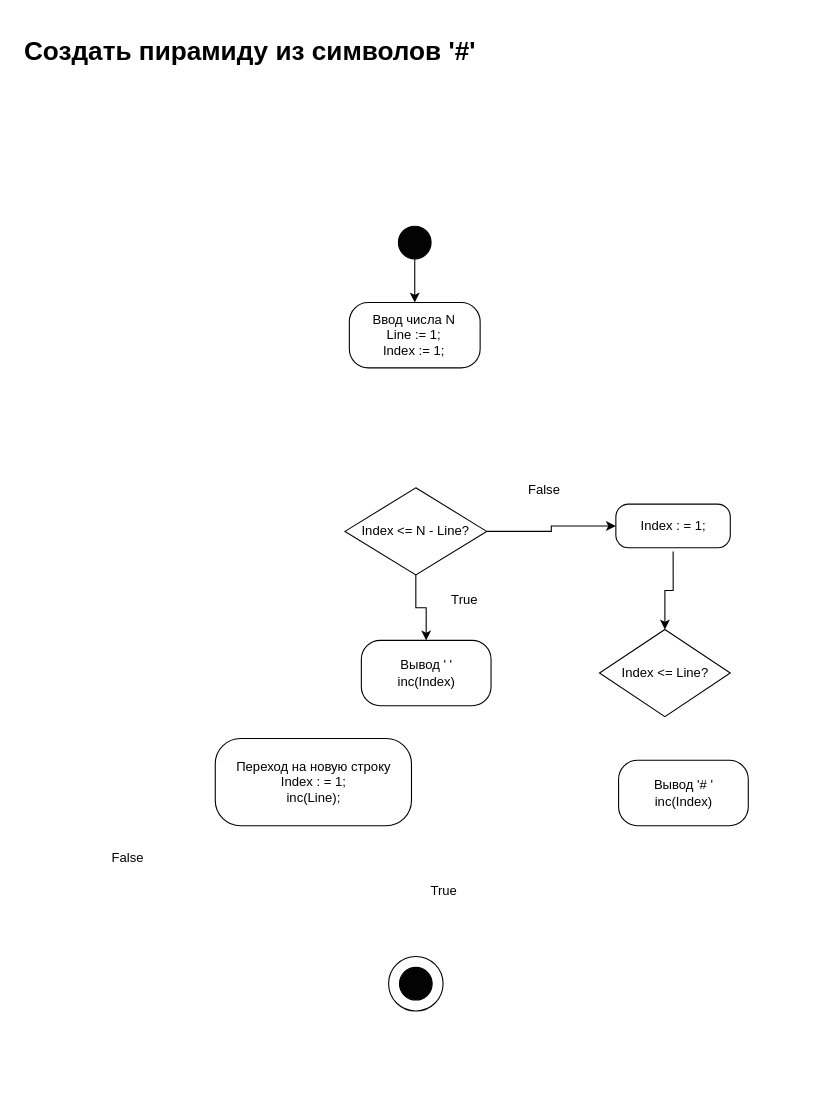
Before: 1/Task1_Solution.drawio in frozzen256/BPA18-01, a draw.io diagram. Source tidied: cells renumbered, new cells numbered last; positions are measured from the earlier drawing's top-left corner, leaving out a move shared by most shapes. Both pictures are drawn from the tidied source at 109%, with x=0, y=0 at pixel (19, 29).
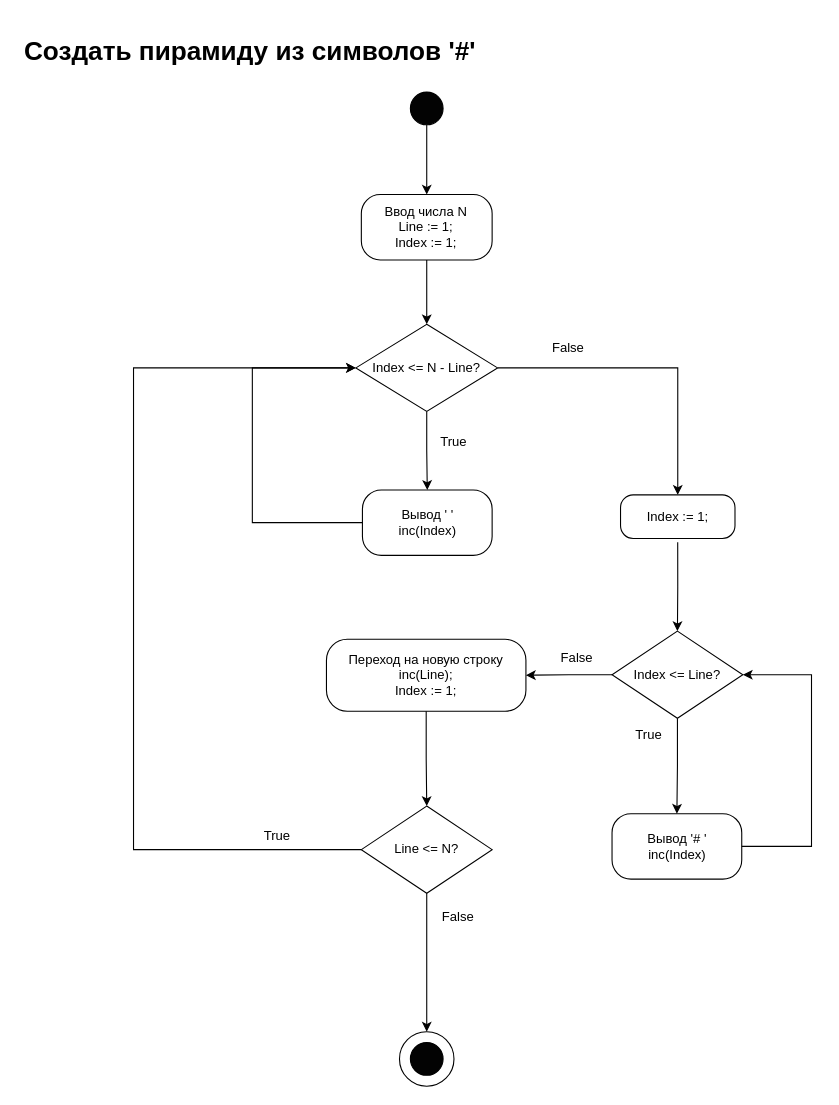
The same diagram, later.

Commit message:
Закончила и исправила схему.

The change refers to these unchanged cells:
```xml
<mxCell id="8" style="rounded=1;whiteSpace=wrap;html=1;fillColor=#FFFFFF;arcSize=29;strokeColor=#000000;" parent="7" vertex="1">
  <mxGeometry width="119" height="60" as="geometry" />
</mxCell>
<mxCell id="23" style="rounded=1;whiteSpace=wrap;html=1;fillColor=#FFFFFF;arcSize=29;strokeColor=#000000;" parent="22" vertex="1">
  <mxGeometry width="119" height="60" as="geometry" />
</mxCell>
<mxCell id="26" style="rhombus;whiteSpace=wrap;html=1;strokeColor=#000000;fillColor=#FFFFFF;" parent="25" vertex="1">
  <mxGeometry width="120" height="80" as="geometry" />
</mxCell>
<mxCell id="27" value="Index &amp;lt;= Line?" style="text;html=1;strokeColor=none;fillColor=none;align=center;verticalAlign=middle;whiteSpace=wrap;rounded=0;" parent="25" vertex="1">
  <mxGeometry y="10" width="120" height="60" as="geometry" />
</mxCell>
```

Change to the diagram source:
```diff
@@
-    <mxCell id="4" style="ellipse;whiteSpace=wrap;html=1;fillColor=#030303;" parent="1" vertex="1">
-      <mxGeometry x="348" y="180" width="30" height="30" as="geometry" />
+    <mxCell id="4" style="ellipse;whiteSpace=wrap;html=1;fillColor=#030303;shadow=0;" parent="1" vertex="1">
+      <mxGeometry x="359" y="57" width="30" height="30" as="geometry" />
     </mxCell>
+    <mxCell id="31" style="edgeStyle=orthogonalEdgeStyle;rounded=0;jettySize=auto;html=1;exitX=0.5;exitY=1;exitDx=0;exitDy=0;entryX=0.5;entryY=0;entryDx=0;entryDy=0;" parent="1" edge="1" source="5" target="12">
+      <mxGeometry relative="1" as="geometry" />
+    </mxCell>
     <mxCell id="5" style="rounded=1;whiteSpace=wrap;html=1;fillColor=#FFFFFF;arcSize=29;strokeColor=#000000;" parent="1" vertex="1">
-      <mxGeometry x="303" y="250" width="120" height="60" as="geometry" />
+      <mxGeometry x="314" y="151" width="120" height="60" as="geometry" />
     </mxCell>
     <mxCell id="6" value="Ввод числа N&lt;br&gt;Line := 1;&lt;br&gt;Index := 1;" style="text;html=1;strokeColor=none;fillColor=none;align=center;verticalAlign=middle;whiteSpace=wrap;rounded=0;" parent="1" vertex="1">
-      <mxGeometry x="321" y="265" width="83" height="30" as="geometry" />
+      <mxGeometry x="332" y="166" width="83" height="30" as="geometry" />
     </mxCell>
     <mxCell id="7" style="group;" parent="1" vertex="1">
-      <mxGeometry x="314" y="560" width="119" height="60" as="geometry" />
+      <mxGeometry x="315" y="422" width="119" height="60" as="geometry" />
     </mxCell>
@@
     <mxCell id="12" style="rhombus;whiteSpace=wrap;html=1;strokeColor=#000000;fillColor=#FFFFFF;" parent="1" vertex="1">
-      <mxGeometry x="299" y="420" width="130" height="80" as="geometry" />
+      <mxGeometry x="309" y="270" width="130" height="80" as="geometry" />
     </mxCell>
     <mxCell id="13" value="Index &amp;lt;= N - Line?" style="text;html=1;strokeColor=none;fillColor=none;align=center;verticalAlign=middle;whiteSpace=wrap;rounded=0;" parent="1" vertex="1">
-      <mxGeometry x="285" y="450" width="158" height="20" as="geometry" />
+      <mxGeometry x="321" y="300" width="106" height="20" as="geometry" />
     </mxCell>
-    <mxCell id="14" style="rounded=1;whiteSpace=wrap;html=1;fillColor=#FFFFFF;arcSize=29;strokeColor=#000000;" parent="1" vertex="1">
-      <mxGeometry x="180" y="650" width="180" height="80" as="geometry" />
-    </mxCell>
-    <mxCell id="15" value="Переход на новую строку&lt;br&gt;Index : = 1;&lt;br&gt;inc(Line);" style="text;html=1;strokeColor=none;fillColor=none;align=center;verticalAlign=middle;whiteSpace=wrap;rounded=0;" parent="1" vertex="1">
-      <mxGeometry x="197.5" y="665" width="145" height="50" as="geometry" />
-    </mxCell>
     <mxCell id="16" value="True" style="text;html=1;strokeColor=none;fillColor=none;align=center;verticalAlign=middle;whiteSpace=wrap;rounded=0;" parent="1" vertex="1">
-      <mxGeometry x="370" y="780" width="40" height="20" as="geometry" />
+      <mxGeometry x="217" y="730" width="40" height="20" as="geometry" />
     </mxCell>
     <mxCell id="17" value="False" style="text;html=1;strokeColor=none;fillColor=none;align=center;verticalAlign=middle;whiteSpace=wrap;rounded=0;" parent="1" vertex="1">
-      <mxGeometry x="80" y="750" width="40" height="20" as="geometry" />
+      <mxGeometry x="383" y="804" width="40" height="20" as="geometry" />
     </mxCell>
     <mxCell id="18" value="True" style="text;html=1;strokeColor=none;fillColor=none;align=center;verticalAlign=middle;whiteSpace=wrap;rounded=0;" parent="1" vertex="1">
-      <mxGeometry x="389" y="513" width="40" height="20" as="geometry" />
+      <mxGeometry x="379" y="368" width="40" height="20" as="geometry" />
     </mxCell>
     <mxCell id="19" value="False" style="text;html=1;strokeColor=none;fillColor=none;align=center;verticalAlign=middle;whiteSpace=wrap;rounded=0;" parent="1" vertex="1">
-      <mxGeometry x="462" y="411.5" width="40" height="20" as="geometry" />
+      <mxGeometry x="484" y="282" width="40" height="20" as="geometry" />
     </mxCell>
     <mxCell id="20" style="ellipse;whiteSpace=wrap;html=1;fillColor=#030303;" parent="1" vertex="1">
-      <mxGeometry x="349" y="860" width="30" height="30" as="geometry" />
+      <mxGeometry x="359" y="929" width="30" height="30" as="geometry" />
     </mxCell>
     <mxCell id="21" style="ellipse;whiteSpace=wrap;html=1;fillColor=none;" parent="1" vertex="1">
-      <mxGeometry x="339" y="850" width="50" height="50" as="geometry" />
+      <mxGeometry x="349" y="919" width="50" height="50" as="geometry" />
     </mxCell>
     <mxCell id="22" style="group;" parent="1" vertex="1">
-      <mxGeometry x="550" y="670" width="119" height="60" as="geometry" />
+      <mxGeometry x="544" y="719" width="119" height="60" as="geometry" />
     </mxCell>
@@
     <mxCell id="25" style="group;" parent="1" vertex="1">
-      <mxGeometry x="532.5" y="550" width="120" height="80" as="geometry" />
+      <mxGeometry x="544" y="551.5" width="120" height="80" as="geometry" />
     </mxCell>
@@
     <mxCell id="28" style="rounded=1;whiteSpace=wrap;html=1;fillColor=#FFFFFF;arcSize=29;strokeColor=#000000;" parent="1" vertex="1">
-      <mxGeometry x="547.5" y="435" width="105" height="40" as="geometry" />
+      <mxGeometry x="551.8" y="426.5" width="105" height="40" as="geometry" />
     </mxCell>
@@
-    <mxCell id="30" value="Index : = 1;" style="text;html=1;strokeColor=none;fillColor=none;align=center;verticalAlign=middle;whiteSpace=wrap;rounded=0;" parent="1" vertex="1">
-      <mxGeometry x="536.8" y="431.5" width="126.5" height="47" as="geometry" />
+    <mxCell id="30" value="Index := 1;" style="text;html=1;strokeColor=none;fillColor=none;align=center;verticalAlign=middle;whiteSpace=wrap;rounded=0;" parent="1" vertex="1">
+      <mxGeometry x="541" y="423" width="126.5" height="47" as="geometry" />
     </mxCell>
+    <mxCell id="32" style="group;" parent="1" vertex="1">
+      <mxGeometry x="314" y="562" width="151" height="63" as="geometry" />
+    </mxCell>
+    <mxCell id="33" style="rounded=1;whiteSpace=wrap;html=1;fillColor=#FFFFFF;arcSize=29;strokeColor=#000000;" parent="32" vertex="1">
+      <mxGeometry x="-32" y="-3" width="183" height="66" as="geometry" />
+    </mxCell>
+    <mxCell id="34" value="Переход на новую строку&lt;br&gt;inc(Line);&lt;br&gt;Index := 1;" style="text;html=1;strokeColor=none;fillColor=none;align=center;verticalAlign=middle;whiteSpace=wrap;rounded=0;" parent="32" vertex="1">
+      <mxGeometry x="-19" y="15" width="157" height="30" as="geometry" />
+    </mxCell>
+    <mxCell id="35" style="group;" parent="1" vertex="1">
+      <mxGeometry x="314" y="712" width="120" height="80" as="geometry" />
+    </mxCell>
+    <mxCell id="36" style="rhombus;whiteSpace=wrap;html=1;strokeColor=#000000;fillColor=#FFFFFF;" parent="35" vertex="1">
+      <mxGeometry width="120" height="80" as="geometry" />
+    </mxCell>
+    <mxCell id="37" value="Line &amp;lt;= N?" style="text;html=1;strokeColor=none;fillColor=none;align=center;verticalAlign=middle;whiteSpace=wrap;rounded=0;" parent="35" vertex="1">
+      <mxGeometry x="20" y="25" width="80" height="30" as="geometry" />
+    </mxCell>
+    <mxCell id="38" style="edgeStyle=orthogonalEdgeStyle;rounded=0;jettySize=auto;html=1;exitX=0.5;exitY=1;exitDx=0;exitDy=0;entryX=0.5;entryY=0;entryDx=0;entryDy=0;" parent="1" edge="1" source="26" target="23">
+      <mxGeometry relative="1" as="geometry" />
+    </mxCell>
+    <mxCell id="39" style="edgeStyle=orthogonalEdgeStyle;rounded=0;jettySize=auto;html=1;exitX=1;exitY=0.5;exitDx=0;exitDy=0;entryX=1;entryY=0.5;entryDx=0;entryDy=0;" parent="1" edge="1" source="23" target="27">
+      <mxGeometry relative="1" as="geometry">
+        <Array as="points">
+          <mxPoint x="727" y="749" />
+          <mxPoint x="727" y="592" />
+        </Array>
+      </mxGeometry>
+    </mxCell>
+    <mxCell id="40" style="edgeStyle=orthogonalEdgeStyle;rounded=0;jettySize=auto;html=1;exitX=0;exitY=0.5;exitDx=0;exitDy=0;entryX=0;entryY=0.5;entryDx=0;entryDy=0;" parent="1" edge="1" source="8" target="12">
+      <mxGeometry relative="1" as="geometry">
+        <Array as="points">
+          <mxPoint x="214" y="452" />
+          <mxPoint x="214" y="310" />
+        </Array>
+      </mxGeometry>
+    </mxCell>
+    <mxCell id="41" style="edgeStyle=orthogonalEdgeStyle;rounded=0;jettySize=auto;html=1;exitX=0.5;exitY=1;exitDx=0;exitDy=0;entryX=0.5;entryY=0;entryDx=0;entryDy=0;" parent="1" edge="1" source="33" target="36">
+      <mxGeometry relative="1" as="geometry" />
+    </mxCell>
+    <mxCell id="42" style="edgeStyle=orthogonalEdgeStyle;rounded=0;jettySize=auto;html=1;exitX=0;exitY=0.5;exitDx=0;exitDy=0;entryX=0;entryY=0.5;entryDx=0;entryDy=0;" parent="1" edge="1" source="36" target="12">
+      <mxGeometry relative="1" as="geometry">
+        <Array as="points">
+          <mxPoint x="105" y="752" />
+          <mxPoint x="105" y="310" />
+        </Array>
+      </mxGeometry>
+    </mxCell>
+    <mxCell id="43" style="edgeStyle=orthogonalEdgeStyle;rounded=0;jettySize=auto;html=1;exitX=0.5;exitY=1;exitDx=0;exitDy=0;" parent="1" edge="1" source="36" target="21">
+      <mxGeometry relative="1" as="geometry" />
+    </mxCell>
+    <mxCell id="44" style="edgeStyle=orthogonalEdgeStyle;rounded=0;jettySize=auto;html=1;exitX=0;exitY=0.5;exitDx=0;exitDy=0;entryX=1;entryY=0.5;entryDx=0;entryDy=0;" parent="1" edge="1" source="27" target="33">
+      <mxGeometry relative="1" as="geometry" />
+    </mxCell>
+    <mxCell id="45" value="True" style="text;html=1;strokeColor=none;fillColor=none;align=center;verticalAlign=middle;whiteSpace=wrap;rounded=0;" parent="1" vertex="1">
+      <mxGeometry x="558" y="637" width="40" height="20" as="geometry" />
+    </mxCell>
+    <mxCell id="46" value="False" style="text;html=1;strokeColor=none;fillColor=none;align=center;verticalAlign=middle;whiteSpace=wrap;rounded=0;" parent="1" vertex="1">
+      <mxGeometry x="492" y="566" width="40" height="20" as="geometry" />
+    </mxCell>
```
